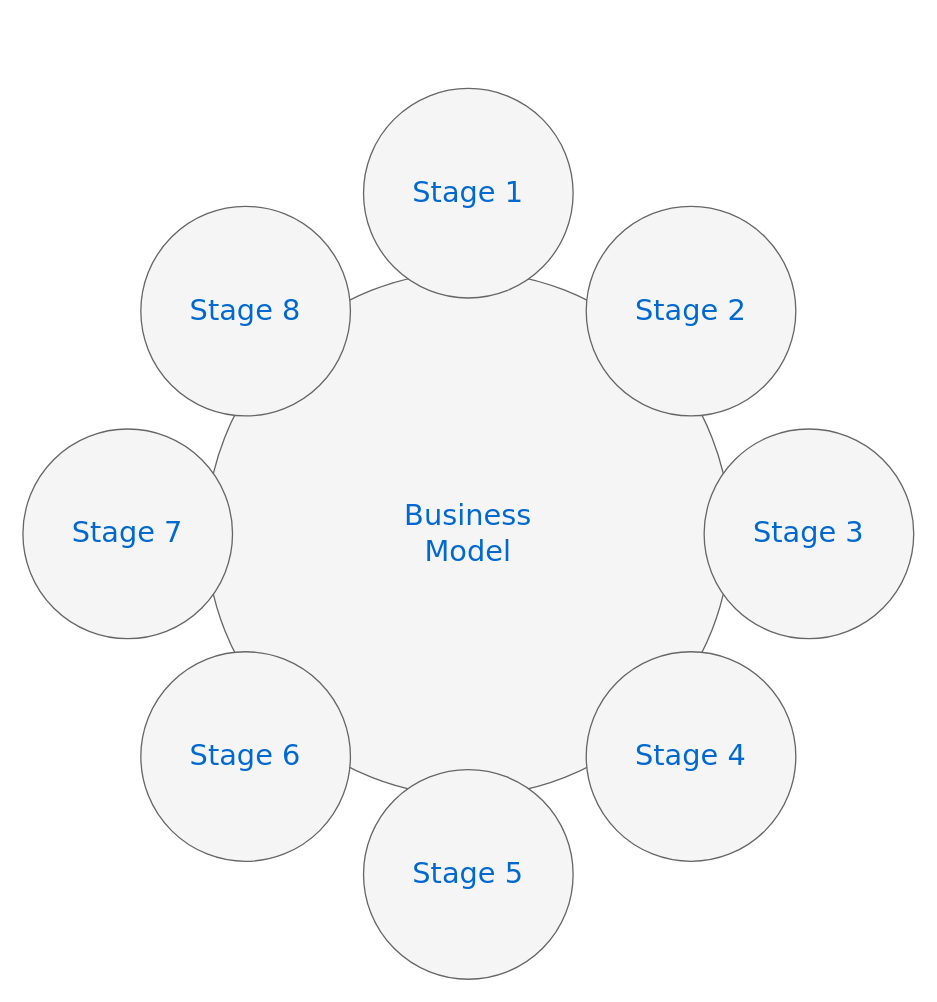
sujeong-jang-creator/Algorithm keeps this draw.io diagram as Sujeong/image/Untitled Diagram.drawio. Above is the earlier version. Source tidied: cells renumbered, new cells numbered last; positions are measured from the earlier drawing's top-left corner, leaving out a move shared by most shapes. Both pictures are drawn from the tidied source at 131%, with x=0, y=0 at pixel (22, 88).
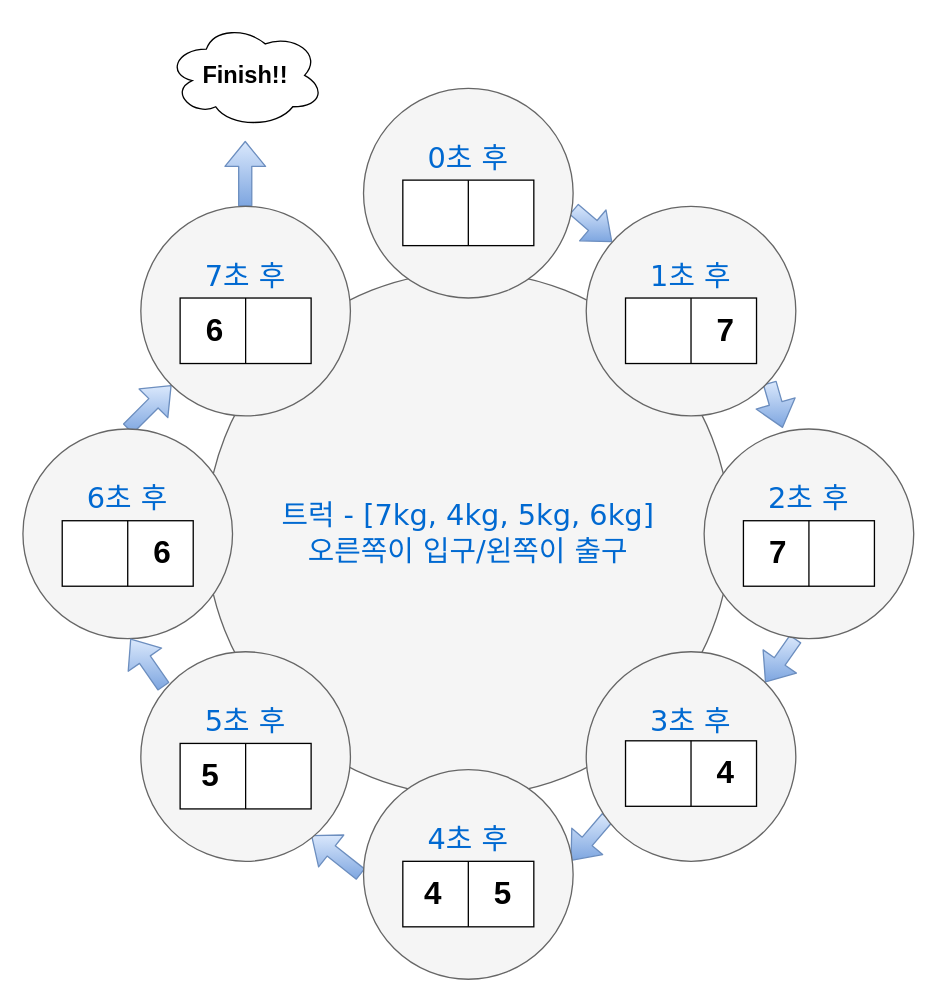
Above is the later version.

What changed in the source:
```diff
@@
+    <mxCell id="11" style="shape=flexArrow;endArrow=classic;html=1;gradientColor=#7ea6e0;fillColor=#dae8fc;strokeColor=#6c8ebf;exitX=0.5;exitY=0;exitDx=0;exitDy=0;" parent="1" edge="1">
+      <mxGeometry relative="1" as="geometry">
+        <mxPoint x="169.7" y="90" as="sourcePoint" />
+        <mxPoint x="169.7" y="40" as="targetPoint" />
+      </mxGeometry>
+    </mxCell>
+    <mxCell id="12" style="shape=flexArrow;endArrow=classic;html=1;gradientColor=#7ea6e0;fillColor=#dae8fc;strokeColor=#6c8ebf;exitX=0.5;exitY=0;exitDx=0;exitDy=0;entryX=0;entryY=1;entryDx=0;entryDy=0;" parent="1" edge="1" source="6" target="7">
+      <mxGeometry relative="1" as="geometry" />
+    </mxCell>
+    <mxCell id="13" style="shape=flexArrow;endArrow=classic;html=1;gradientColor=#7ea6e0;fillColor=#dae8fc;strokeColor=#6c8ebf;" parent="1" edge="1">
+      <mxGeometry relative="1" as="geometry">
+        <mxPoint x="258" y="600" as="sourcePoint" />
+        <mxPoint x="220" y="570" as="targetPoint" />
+      </mxGeometry>
+    </mxCell>
+    <mxCell id="14" style="shape=flexArrow;endArrow=classic;html=1;gradientColor=#7ea6e0;fillColor=#dae8fc;strokeColor=#6c8ebf;entryX=0.988;entryY=0.435;entryDx=0;entryDy=0;entryPerimeter=0;exitX=0.102;exitY=0.791;exitDx=0;exitDy=0;exitPerimeter=0;" parent="1" edge="1" source="9" target="4">
+      <mxGeometry relative="1" as="geometry" />
+    </mxCell>
+    <mxCell id="15" style="shape=flexArrow;endArrow=classic;html=1;exitX=1.002;exitY=0.575;exitDx=0;exitDy=0;exitPerimeter=0;gradientColor=#7ea6e0;fillColor=#dae8fc;strokeColor=#6c8ebf;entryX=0.375;entryY=-0.005;entryDx=0;entryDy=0;entryPerimeter=0;" parent="1" edge="1" target="5">
+      <mxGeometry relative="1" as="geometry">
+        <mxPoint x="570" y="224.5" as="sourcePoint" />
+      </mxGeometry>
+    </mxCell>
+    <mxCell id="16" style="shape=flexArrow;endArrow=classic;html=1;exitX=1.002;exitY=0.575;exitDx=0;exitDy=0;exitPerimeter=0;gradientColor=#7ea6e0;fillColor=#dae8fc;strokeColor=#6c8ebf;entryX=1;entryY=0;entryDx=0;entryDy=0;" parent="1" edge="1" target="9">
+      <mxGeometry relative="1" as="geometry">
+        <mxPoint x="589.9" y="420" as="sourcePoint" />
+      </mxGeometry>
+    </mxCell>
+    <mxCell id="17" style="shape=flexArrow;endArrow=classic;html=1;exitX=1.002;exitY=0.575;exitDx=0;exitDy=0;exitPerimeter=0;gradientColor=#7ea6e0;fillColor=#dae8fc;strokeColor=#6c8ebf;" parent="1" edge="1" source="3" target="8">
+      <mxGeometry relative="1" as="geometry" />
+    </mxCell>
-    <mxCell id="2" value="Business&lt;div&gt;Model&lt;/div&gt;" style="ellipse;whiteSpace=wrap;html=1;rounded=0;shadow=0;dashed=0;comic=0;fontFamily=Verdana;fontSize=22;fontColor=#0069D1;fillColor=#f5f5f5;strokeColor=#666666;" parent="1" vertex="1">
+    <mxCell id="2" value="트럭 - [7kg, 4kg, 5kg, 6kg]&lt;br&gt;오른쪽이 입구/왼쪽이 출구" style="ellipse;whiteSpace=wrap;html=1;rounded=0;shadow=0;dashed=0;comic=0;fontFamily=Verdana;fontSize=22;fontColor=#0069D1;fillColor=#f5f5f5;strokeColor=#666666;" parent="1" vertex="1">
       <mxGeometry x="140" y="140" width="400" height="400" as="geometry" />
     </mxCell>
-    <mxCell id="3" value="Stage 1" style="ellipse;whiteSpace=wrap;html=1;rounded=0;shadow=0;dashed=0;comic=0;fontFamily=Verdana;fontSize=22;fontColor=#0069D1;fillColor=#f5f5f5;strokeColor=#666666;" parent="1" vertex="1">
+    <mxCell id="3" value="0초 후&lt;br&gt;&lt;br&gt;&lt;br&gt;" style="ellipse;whiteSpace=wrap;html=1;rounded=0;shadow=0;dashed=0;comic=0;fontFamily=Verdana;fontSize=22;fontColor=#0069D1;fillColor=#f5f5f5;strokeColor=#666666;" parent="1" vertex="1">
       <mxGeometry x="260" width="160" height="160" as="geometry" />
     </mxCell>
-    <mxCell id="4" value="Stage 5" style="ellipse;whiteSpace=wrap;html=1;rounded=0;shadow=0;dashed=0;comic=0;fontFamily=Verdana;fontSize=22;fontColor=#0069D1;fillColor=#f5f5f5;strokeColor=#666666;" parent="1" vertex="1">
+    <mxCell id="4" value="4초 후&lt;br&gt;&lt;br&gt;&lt;br&gt;" style="ellipse;whiteSpace=wrap;html=1;rounded=0;shadow=0;dashed=0;comic=0;fontFamily=Verdana;fontSize=22;fontColor=#0069D1;fillColor=#f5f5f5;strokeColor=#666666;" parent="1" vertex="1">
       <mxGeometry x="260" y="520" width="160" height="160" as="geometry" />
     </mxCell>
-    <mxCell id="5" value="Stage 3" style="ellipse;whiteSpace=wrap;html=1;rounded=0;shadow=0;dashed=0;comic=0;fontFamily=Verdana;fontSize=22;fontColor=#0069D1;fillColor=#f5f5f5;strokeColor=#666666;" parent="1" vertex="1">
+    <mxCell id="5" value="2초 후&lt;br&gt;&lt;br&gt;&lt;br&gt;" style="ellipse;whiteSpace=wrap;html=1;rounded=0;shadow=0;dashed=0;comic=0;fontFamily=Verdana;fontSize=22;fontColor=#0069D1;fillColor=#f5f5f5;strokeColor=#666666;" parent="1" vertex="1">
       <mxGeometry x="520" y="260" width="160" height="160" as="geometry" />
     </mxCell>
-    <mxCell id="6" value="Stage 7" style="ellipse;whiteSpace=wrap;html=1;rounded=0;shadow=0;dashed=0;comic=0;fontFamily=Verdana;fontSize=22;fontColor=#0069D1;fillColor=#f5f5f5;strokeColor=#666666;" parent="1" vertex="1">
+    <mxCell id="6" value="6초 후&lt;br&gt;&lt;br&gt;&lt;br&gt;" style="ellipse;whiteSpace=wrap;html=1;rounded=0;shadow=0;dashed=0;comic=0;fontFamily=Verdana;fontSize=22;fontColor=#0069D1;fillColor=#f5f5f5;strokeColor=#666666;" parent="1" vertex="1">
       <mxGeometry y="260" width="160" height="160" as="geometry" />
     </mxCell>
-    <mxCell id="7" value="Stage 8" style="ellipse;whiteSpace=wrap;html=1;rounded=0;shadow=0;dashed=0;comic=0;fontFamily=Verdana;fontSize=22;fontColor=#0069D1;fillColor=#f5f5f5;strokeColor=#666666;" parent="1" vertex="1">
+    <mxCell id="7" value="7초 후&lt;br&gt;&lt;br&gt;&lt;br&gt;" style="ellipse;whiteSpace=wrap;html=1;rounded=0;shadow=0;dashed=0;comic=0;fontFamily=Verdana;fontSize=22;fontColor=#0069D1;fillColor=#f5f5f5;strokeColor=#666666;" parent="1" vertex="1">
       <mxGeometry x="90" y="90" width="160" height="160" as="geometry" />
     </mxCell>
-    <mxCell id="8" value="Stage 2" style="ellipse;whiteSpace=wrap;html=1;rounded=0;shadow=0;dashed=0;comic=0;fontFamily=Verdana;fontSize=22;fontColor=#0069D1;fillColor=#f5f5f5;strokeColor=#666666;" parent="1" vertex="1">
+    <mxCell id="8" value="1초 후&lt;br&gt;&lt;br&gt;&lt;br&gt;" style="ellipse;whiteSpace=wrap;html=1;rounded=0;shadow=0;dashed=0;comic=0;fontFamily=Verdana;fontSize=22;fontColor=#0069D1;fillColor=#f5f5f5;strokeColor=#666666;" parent="1" vertex="1">
       <mxGeometry x="430" y="90" width="160" height="160" as="geometry" />
     </mxCell>
-    <mxCell id="9" value="Stage 4" style="ellipse;whiteSpace=wrap;html=1;rounded=0;shadow=0;dashed=0;comic=0;fontFamily=Verdana;fontSize=22;fontColor=#0069D1;fillColor=#f5f5f5;strokeColor=#666666;" parent="1" vertex="1">
+    <mxCell id="9" value="3초 후&lt;br&gt;&lt;br&gt;&lt;br&gt;" style="ellipse;whiteSpace=wrap;html=1;rounded=0;shadow=0;dashed=0;comic=0;fontFamily=Verdana;fontSize=22;fontColor=#0069D1;fillColor=#f5f5f5;strokeColor=#666666;" parent="1" vertex="1">
       <mxGeometry x="430" y="430" width="160" height="160" as="geometry" />
     </mxCell>
-    <mxCell id="10" value="Stage 6" style="ellipse;whiteSpace=wrap;html=1;rounded=0;shadow=0;dashed=0;comic=0;fontFamily=Verdana;fontSize=22;fontColor=#0069D1;fillColor=#f5f5f5;strokeColor=#666666;" parent="1" vertex="1">
+    <mxCell id="10" value="5초 후&lt;br&gt;&lt;br&gt;&lt;br&gt;" style="ellipse;whiteSpace=wrap;html=1;rounded=0;shadow=0;dashed=0;comic=0;fontFamily=Verdana;fontSize=22;fontColor=#0069D1;fillColor=#f5f5f5;strokeColor=#666666;" parent="1" vertex="1">
       <mxGeometry x="90" y="430" width="160" height="160" as="geometry" />
     </mxCell>
+    <mxCell id="18" style="group;" parent="1" vertex="1">
+      <mxGeometry x="460" y="160" width="100" height="50" as="geometry" />
+    </mxCell>
+    <mxCell id="19" value="&lt;font style=&quot;font-size: 24px&quot;&gt;&lt;b&gt;&amp;nbsp; &amp;nbsp; &amp;nbsp; &amp;nbsp; 7&lt;/b&gt;&lt;/font&gt;" style="rounded=0;whiteSpace=wrap;html=1;" parent="18" vertex="1">
+      <mxGeometry width="100" height="50" as="geometry" />
+    </mxCell>
+    <mxCell id="20" style="endArrow=none;html=1;entryX=0.5;entryY=0;entryDx=0;entryDy=0;exitX=0.5;exitY=1;exitDx=0;exitDy=0;" parent="18" edge="1" source="19" target="19">
+      <mxGeometry relative="1" as="geometry" />
+    </mxCell>
+    <mxCell id="21" style="group;" parent="1" vertex="1">
+      <mxGeometry x="290" y="70" width="100" height="50" as="geometry" />
+    </mxCell>
+    <mxCell id="22" style="rounded=0;whiteSpace=wrap;html=1;" parent="21" vertex="1">
+      <mxGeometry width="100" height="50" as="geometry" />
+    </mxCell>
+    <mxCell id="23" style="endArrow=none;html=1;entryX=0.5;entryY=0;entryDx=0;entryDy=0;exitX=0.5;exitY=1;exitDx=0;exitDy=0;" parent="21" edge="1" source="22" target="22">
+      <mxGeometry relative="1" as="geometry" />
+    </mxCell>
+    <mxCell id="24" style="group;" parent="1" vertex="1">
+      <mxGeometry x="550" y="330" width="100" height="50" as="geometry" />
+    </mxCell>
+    <mxCell id="25" value="&lt;font style=&quot;font-size: 24px&quot;&gt;&lt;b&gt;7&amp;nbsp; &amp;nbsp; &amp;nbsp; &amp;nbsp;&lt;/b&gt;&lt;/font&gt;" style="rounded=0;whiteSpace=wrap;html=1;" parent="24" vertex="1">
+      <mxGeometry width="100" height="50" as="geometry" />
+    </mxCell>
+    <mxCell id="26" style="endArrow=none;html=1;entryX=0.5;entryY=0;entryDx=0;entryDy=0;exitX=0.5;exitY=1;exitDx=0;exitDy=0;" parent="24" edge="1" source="25" target="25">
+      <mxGeometry relative="1" as="geometry" />
+    </mxCell>
+    <mxCell id="27" style="group;" parent="1" vertex="1">
+      <mxGeometry x="460" y="498" width="100" height="50" as="geometry" />
+    </mxCell>
+    <mxCell id="28" value="&lt;font style=&quot;font-size: 24px&quot;&gt;&lt;b&gt;&amp;nbsp; &amp;nbsp; &amp;nbsp; &amp;nbsp; 4&lt;/b&gt;&lt;/font&gt;" style="rounded=0;whiteSpace=wrap;html=1;" parent="27" vertex="1">
+      <mxGeometry width="100" height="50" as="geometry" />
+    </mxCell>
+    <mxCell id="29" style="endArrow=none;html=1;entryX=0.5;entryY=0;entryDx=0;entryDy=0;exitX=0.5;exitY=1;exitDx=0;exitDy=0;" parent="27" edge="1" source="28" target="28">
+      <mxGeometry relative="1" as="geometry" />
+    </mxCell>
+    <mxCell id="30" style="group;" parent="1" vertex="1">
+      <mxGeometry x="290" y="590" width="100" height="50" as="geometry" />
+    </mxCell>
+    <mxCell id="31" value="&lt;span style=&quot;font-size: 24px&quot;&gt;&lt;b&gt;4&amp;nbsp; &amp;nbsp; &amp;nbsp; 5&lt;/b&gt;&lt;/span&gt;" style="rounded=0;whiteSpace=wrap;html=1;" parent="30" vertex="1">
+      <mxGeometry width="100" height="50" as="geometry" />
+    </mxCell>
+    <mxCell id="32" style="endArrow=none;html=1;entryX=0.5;entryY=0;entryDx=0;entryDy=0;exitX=0.5;exitY=1;exitDx=0;exitDy=0;" parent="30" edge="1" source="31" target="31">
+      <mxGeometry relative="1" as="geometry" />
+    </mxCell>
+    <mxCell id="33" style="group;" parent="1" vertex="1">
+      <mxGeometry x="120" y="500" width="100" height="50" as="geometry" />
+    </mxCell>
+    <mxCell id="34" value="&lt;span style=&quot;font-size: 24px&quot;&gt;&lt;b&gt;5&amp;nbsp; &amp;nbsp; &amp;nbsp; &amp;nbsp;&amp;nbsp;&lt;/b&gt;&lt;/span&gt;" style="rounded=0;whiteSpace=wrap;html=1;" parent="33" vertex="1">
+      <mxGeometry width="100" height="50" as="geometry" />
+    </mxCell>
+    <mxCell id="35" style="endArrow=none;html=1;entryX=0.5;entryY=0;entryDx=0;entryDy=0;exitX=0.5;exitY=1;exitDx=0;exitDy=0;" parent="33" edge="1" source="34" target="34">
+      <mxGeometry relative="1" as="geometry" />
+    </mxCell>
+    <mxCell id="36" style="group;" parent="1" vertex="1">
+      <mxGeometry x="30" y="330" width="100" height="50" as="geometry" />
+    </mxCell>
+    <mxCell id="37" value="&lt;span style=&quot;font-size: 24px&quot;&gt;&lt;b&gt;&amp;nbsp; &amp;nbsp; &amp;nbsp; &amp;nbsp; 6&lt;/b&gt;&lt;/span&gt;" style="rounded=0;whiteSpace=wrap;html=1;" parent="36" vertex="1">
+      <mxGeometry width="100" height="50" as="geometry" />
+    </mxCell>
+    <mxCell id="38" style="endArrow=none;html=1;entryX=0.5;entryY=0;entryDx=0;entryDy=0;exitX=0.5;exitY=1;exitDx=0;exitDy=0;" parent="36" edge="1" source="37" target="37">
+      <mxGeometry relative="1" as="geometry" />
+    </mxCell>
+    <mxCell id="39" style="group;" parent="1" vertex="1">
+      <mxGeometry x="120" y="160" width="100" height="50" as="geometry" />
+    </mxCell>
+    <mxCell id="40" value="&lt;span style=&quot;font-size: 24px&quot;&gt;&lt;b&gt;6&amp;nbsp; &amp;nbsp; &amp;nbsp; &amp;nbsp;&lt;/b&gt;&lt;/span&gt;" style="rounded=0;whiteSpace=wrap;html=1;" parent="39" vertex="1">
+      <mxGeometry width="100" height="50" as="geometry" />
+    </mxCell>
+    <mxCell id="41" style="endArrow=none;html=1;entryX=0.5;entryY=0;entryDx=0;entryDy=0;exitX=0.5;exitY=1;exitDx=0;exitDy=0;" parent="39" edge="1" source="40" target="40">
+      <mxGeometry relative="1" as="geometry" />
+    </mxCell>
+    <mxCell id="42" style="shape=flexArrow;endArrow=classic;html=1;gradientColor=#7ea6e0;fillColor=#dae8fc;strokeColor=#6c8ebf;exitX=0.109;exitY=0.167;exitDx=0;exitDy=0;exitPerimeter=0;" parent="1" edge="1" source="10">
+      <mxGeometry relative="1" as="geometry">
+        <mxPoint x="82" y="420" as="targetPoint" />
+      </mxGeometry>
+    </mxCell>
+    <mxCell id="43" value="&lt;font style=&quot;font-size: 18px&quot;&gt;&lt;b&gt;Finish!!&lt;/b&gt;&lt;/font&gt;" style="ellipse;shape=cloud;whiteSpace=wrap;html=1;" parent="1" vertex="1">
+      <mxGeometry x="110" y="-50" width="120" height="80" as="geometry" />
+    </mxCell>
```
